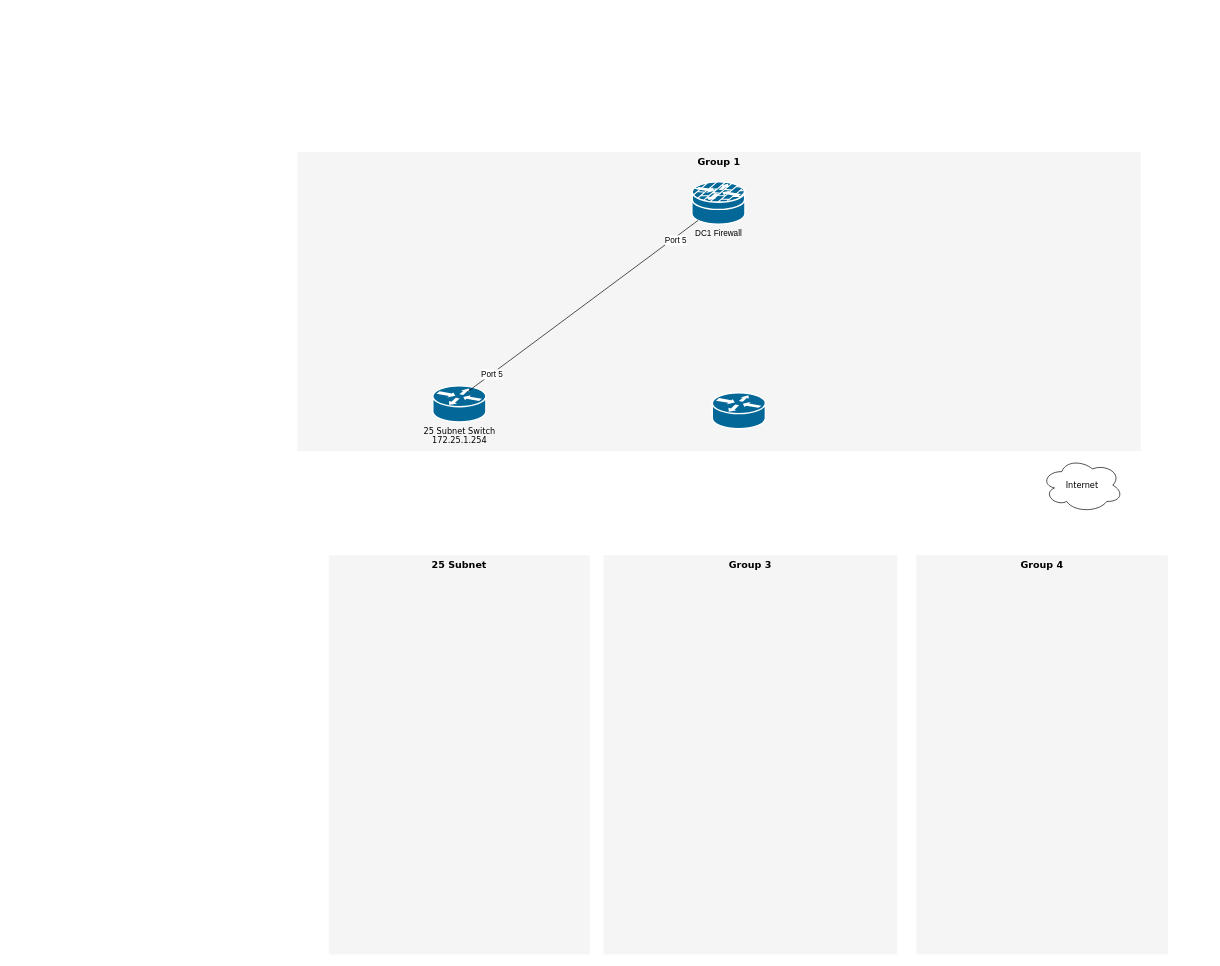
The draw.io diagram .github/DC1.drawio in nhackl/Draw.io, before the edit. Source tidied: cells renumbered, new cells numbered last; positions are measured from the earlier drawing's top-left corner, leaving out a move shared by most shapes. Both pictures are drawn from the tidied source at 68%, with x=0, y=0 at pixel (297, 152).
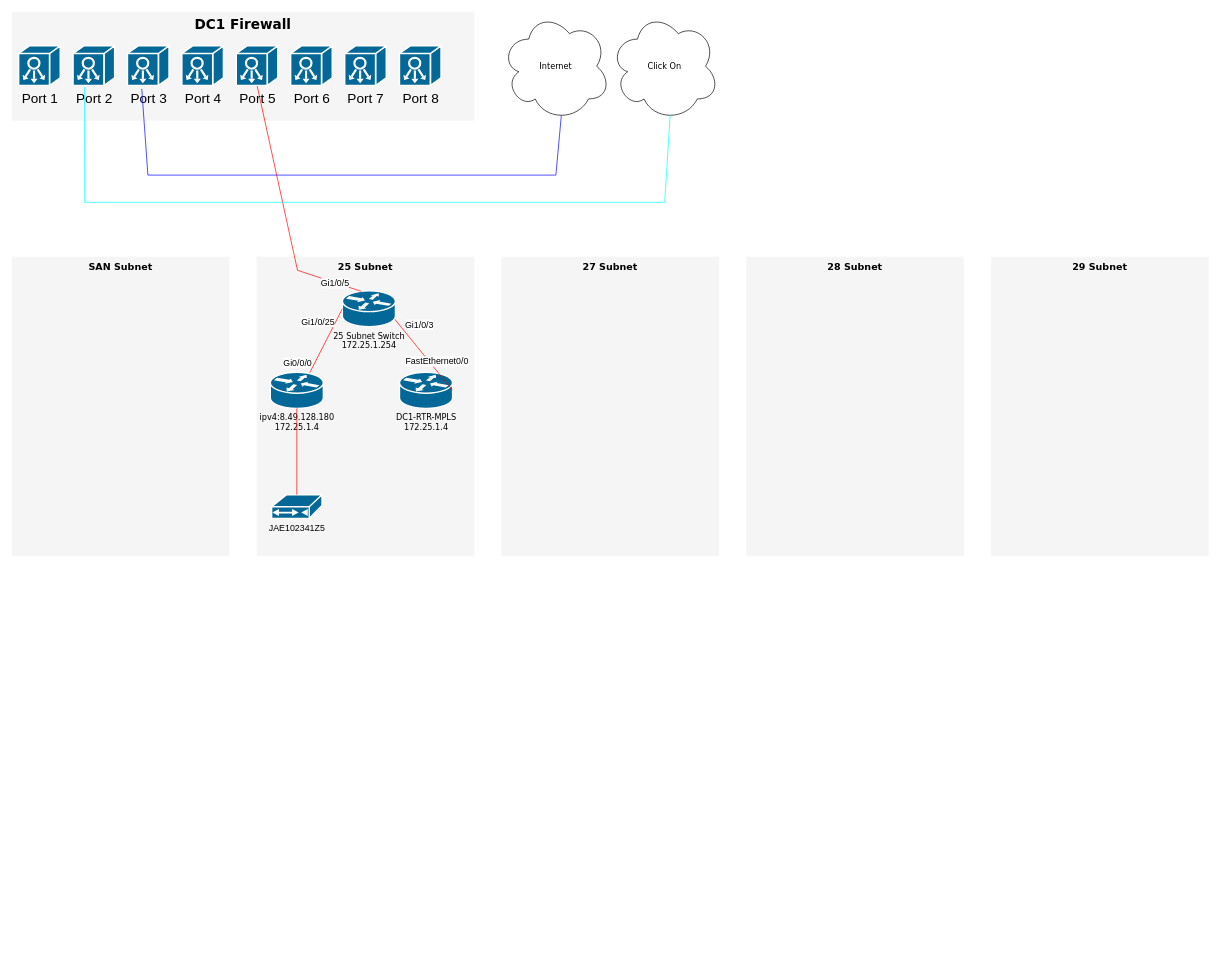
After the change.

Change to the diagram source:
```diff
@@
+    <mxCell id="13" value="SAN Subnet" style="whiteSpace=wrap;html=1;rounded=0;shadow=0;comic=0;strokeWidth=1;fontFamily=Verdana;fontSize=14;fillColor=#f5f5f5;strokeColor=none;fontStyle=1;verticalAlign=top;" parent="1" vertex="1">
+      <mxGeometry x="-420" y="154" width="320" height="440" as="geometry" />
+    </mxCell>
+    <mxCell id="5" value="25 Subnet" style="whiteSpace=wrap;html=1;rounded=0;shadow=0;comic=0;strokeWidth=1;fontFamily=Verdana;fontSize=14;fillColor=#f5f5f5;strokeColor=none;fontStyle=1;verticalAlign=top;" parent="1" vertex="1">
+      <mxGeometry x="-60" y="154" width="320" height="440" as="geometry" />
+    </mxCell>
-    <mxCell id="2" value="Group 1" style="whiteSpace=wrap;html=1;rounded=0;shadow=0;comic=0;strokeWidth=1;fontFamily=Verdana;fontSize=14;fillColor=#f5f5f5;strokeColor=none;verticalAlign=top;fontStyle=1;" parent="1" vertex="1">
-      <mxGeometry width="1240" height="440" as="geometry" />
+    <mxCell id="2" value="&lt;font style=&quot;font-size: 20px&quot;&gt;DC1 Firewall&lt;/font&gt;" style="whiteSpace=wrap;html=1;rounded=0;shadow=0;comic=0;strokeWidth=1;fontFamily=Verdana;fontSize=14;fillColor=#f5f5f5;strokeColor=none;verticalAlign=top;fontStyle=1;" parent="1" vertex="1">
+      <mxGeometry x="-420" y="-206" width="680" height="160" as="geometry" />
     </mxCell>
-    <mxCell id="3" value="Group 4" style="whiteSpace=wrap;html=1;rounded=0;shadow=0;comic=0;strokeWidth=1;fontFamily=Verdana;fontSize=14;fillColor=#f5f5f5;strokeColor=none;fontStyle=1;verticalAlign=top;" parent="1" vertex="1">
-      <mxGeometry x="910" y="593" width="370" height="587" as="geometry" />
-    </mxCell>
-    <mxCell id="4" value="Group 3" style="whiteSpace=wrap;html=1;rounded=0;shadow=0;comic=0;strokeWidth=1;fontFamily=Verdana;fontSize=14;fillColor=#f5f5f5;strokeColor=none;fontStyle=1;verticalAlign=top;" parent="1" vertex="1">
-      <mxGeometry x="450" y="593" width="432" height="587" as="geometry" />
-    </mxCell>
-    <mxCell id="5" value="25 Subnet" style="whiteSpace=wrap;html=1;rounded=0;shadow=0;comic=0;strokeWidth=1;fontFamily=Verdana;fontSize=14;fillColor=#f5f5f5;strokeColor=none;fontStyle=1;verticalAlign=top;" parent="1" vertex="1">
-      <mxGeometry x="46" y="593" width="384" height="587" as="geometry" />
-    </mxCell>
     <mxCell id="6" value="Internet" style="ellipse;shape=cloud;whiteSpace=wrap;html=1;rounded=0;shadow=0;comic=0;strokeWidth=1;fontFamily=Verdana;fontSize=12;" parent="1" vertex="1">
-      <mxGeometry x="1094" y="450" width="120" height="80" as="geometry" />
+      <mxGeometry x="300" y="-206" width="160" height="160" as="geometry" />
     </mxCell>
     <mxCell id="7" value="25 Subnet Switch&lt;br&gt;172.25.1.254" style="shape=mxgraph.cisco.routers.router;html=1;dashed=0;fillColor=#036897;strokeColor=#ffffff;strokeWidth=2;verticalLabelPosition=bottom;verticalAlign=top;rounded=0;shadow=0;comic=0;fontFamily=Verdana;fontSize=12;" parent="1" vertex="1">
-      <mxGeometry x="199" y="344" width="78" height="53" as="geometry" />
+      <mxGeometry x="66" y="204" width="78" height="53" as="geometry" />
     </mxCell>
-    <mxCell id="8" style="shape=mxgraph.cisco.routers.router;html=1;dashed=0;fillColor=#036897;strokeColor=#ffffff;strokeWidth=2;verticalLabelPosition=bottom;verticalAlign=top;rounded=0;shadow=0;comic=0;fontFamily=Verdana;fontSize=12;" parent="1" vertex="1">
-      <mxGeometry x="610" y="354" width="78" height="53" as="geometry" />
-    </mxCell>
-    <mxCell id="9" value="DC1 Firewall" style="shape=mxgraph.cisco.security.router_firewall;sketch=0;html=1;dashed=0;fillColor=#036897;strokeColor=#ffffff;strokeWidth=2;verticalLabelPosition=bottom;verticalAlign=top;align=center;outlineConnect=0;" parent="1" vertex="1">
-      <mxGeometry x="580" y="44" width="78" height="62" as="geometry" />
-    </mxCell>
-    <mxCell id="10" style="endArrow=none;html=1;rounded=0;entryX=0.12;entryY=0.91;entryDx=0;entryDy=0;entryPerimeter=0;exitX=0.648;exitY=0.17;exitDx=0;exitDy=0;exitPerimeter=0;" parent="1" edge="1" source="7" target="9">
-      <mxGeometry relative="1" as="geometry" />
+    <mxCell id="10" style="endArrow=none;html=1;rounded=0;entryX=0.5;entryY=1;entryDx=0;entryDy=0;entryPerimeter=0;exitX=0.355;exitY=0.017;exitDx=0;exitDy=0;exitPerimeter=0;fontColor=#FF0000;fillColor=#f8cecc;strokeColor=#FF0000;" parent="1" edge="1" source="7" target="12">
+      <mxGeometry relative="1" as="geometry">
+        <Array as="points">
+          <mxPoint y="174" />
+        </Array>
+      </mxGeometry>
     </mxCell>
-    <mxCell id="11" value="&lt;font style=&quot;font-size: 12px&quot;&gt;Port 5&lt;/font&gt;" style="edgeLabel;html=1;align=center;verticalAlign=middle;" parent="10" vertex="1">
+    <mxCell id="11" value="&lt;font style=&quot;font-size: 13px&quot;&gt;Gi1/0/5&lt;/font&gt;" style="edgeLabel;html=1;align=center;verticalAlign=middle;fontSize=13;" parent="10" vertex="1">
       <mxGeometry x="-0.79" relative="1" as="geometry">
-        <mxPoint x="1" as="offset" />
+        <mxPoint x="-1" as="offset" />
       </mxGeometry>
     </mxCell>
+    <mxCell id="14" value="Port 1" style="shape=mxgraph.cisco.controllers_and_modules.system_controller;sketch=0;html=1;dashed=0;fillColor=#036897;strokeColor=#ffffff;strokeWidth=2;verticalLabelPosition=bottom;verticalAlign=top;align=center;fontSize=20;" parent="1" vertex="1">
+      <mxGeometry x="-410" y="-156" width="61" height="58" as="geometry" />
+    </mxCell>
+    <mxCell id="15" value="Port 6" style="shape=mxgraph.cisco.controllers_and_modules.system_controller;sketch=0;html=1;dashed=0;fillColor=#036897;strokeColor=#ffffff;strokeWidth=2;verticalLabelPosition=bottom;verticalAlign=top;align=center;fontSize=20;" parent="1" vertex="1">
+      <mxGeometry x="-10" y="-156" width="61" height="58" as="geometry" />
+    </mxCell>
+    <mxCell id="16" value="Port 7" style="shape=mxgraph.cisco.controllers_and_modules.system_controller;sketch=0;html=1;dashed=0;fillColor=#036897;strokeColor=#ffffff;strokeWidth=2;verticalLabelPosition=bottom;verticalAlign=top;align=center;fontSize=20;" parent="1" vertex="1">
+      <mxGeometry x="69.5" y="-156" width="61" height="58" as="geometry" />
+    </mxCell>
+    <mxCell id="17" value="Port 8" style="shape=mxgraph.cisco.controllers_and_modules.system_controller;sketch=0;html=1;dashed=0;fillColor=#036897;strokeColor=#ffffff;strokeWidth=2;verticalLabelPosition=bottom;verticalAlign=top;align=center;fontSize=20;" parent="1" vertex="1">
+      <mxGeometry x="150" y="-156" width="61" height="58" as="geometry" />
+    </mxCell>
-    <mxCell id="12" value="Port 5" style="edgeLabel;html=1;align=center;verticalAlign=middle;points=[];fontSize=12;" parent="10" vertex="1">
-      <mxGeometry x="0.79" y="-3" relative="1" as="geometry" />
+    <mxCell id="12" value="Port 5" style="shape=mxgraph.cisco.controllers_and_modules.system_controller;sketch=0;html=1;dashed=0;fillColor=#036897;strokeColor=#ffffff;strokeWidth=2;verticalLabelPosition=bottom;verticalAlign=top;align=center;outlineConnect=0;fontSize=20;" parent="1" vertex="1">
+      <mxGeometry x="-90" y="-156" width="61" height="58" as="geometry" />
     </mxCell>
+    <mxCell id="18" value="Port 3" style="shape=mxgraph.cisco.controllers_and_modules.system_controller;sketch=0;html=1;dashed=0;fillColor=#036897;strokeColor=#ffffff;strokeWidth=2;verticalLabelPosition=bottom;verticalAlign=top;align=center;outlineConnect=0;fontSize=20;" parent="1" vertex="1">
+      <mxGeometry x="-250" y="-156" width="61" height="58" as="geometry" />
+    </mxCell>
+    <mxCell id="19" value="Port 4" style="shape=mxgraph.cisco.controllers_and_modules.system_controller;sketch=0;html=1;dashed=0;fillColor=#036897;strokeColor=#ffffff;strokeWidth=2;verticalLabelPosition=bottom;verticalAlign=top;align=center;fontSize=20;" parent="1" vertex="1">
+      <mxGeometry x="-170" y="-156" width="61" height="58" as="geometry" />
+    </mxCell>
+    <mxCell id="20" value="Port 2" style="shape=mxgraph.cisco.controllers_and_modules.system_controller;sketch=0;html=1;dashed=0;fillColor=#036897;strokeColor=#ffffff;strokeWidth=2;verticalLabelPosition=bottom;verticalAlign=top;align=center;outlineConnect=0;fontSize=20;" parent="1" vertex="1">
+      <mxGeometry x="-330" y="-156" width="61" height="58" as="geometry" />
+    </mxCell>
+    <mxCell id="21" style="endArrow=none;html=1;rounded=0;fontSize=20;entryX=0.344;entryY=1.091;entryDx=0;entryDy=0;entryPerimeter=0;exitX=0.55;exitY=0.95;exitDx=0;exitDy=0;exitPerimeter=0;strokeColor=#0000FF;" parent="1" edge="1" source="6" target="18">
+      <mxGeometry relative="1" as="geometry">
+        <Array as="points">
+          <mxPoint x="380" y="34" />
+          <mxPoint x="-220" y="34" />
+        </Array>
+      </mxGeometry>
+    </mxCell>
+    <mxCell id="22" value="Click On" style="ellipse;shape=cloud;whiteSpace=wrap;html=1;rounded=0;shadow=0;comic=0;strokeWidth=1;fontFamily=Verdana;fontSize=12;" parent="1" vertex="1">
+      <mxGeometry x="460" y="-206" width="160" height="160" as="geometry" />
+    </mxCell>
+    <mxCell id="23" style="endArrow=none;html=1;rounded=0;fontSize=20;exitX=0.55;exitY=0.95;exitDx=0;exitDy=0;exitPerimeter=0;entryX=0.274;entryY=1.042;entryDx=0;entryDy=0;entryPerimeter=0;strokeColor=#00FFFF;" parent="1" edge="1" source="22" target="20">
+      <mxGeometry relative="1" as="geometry">
+        <Array as="points">
+          <mxPoint x="540" y="74" />
+          <mxPoint x="-313" y="74" />
+        </Array>
+      </mxGeometry>
+    </mxCell>
+    <mxCell id="24" value="DC1-RTR-MPLS&lt;br&gt;172.25.1.4" style="shape=mxgraph.cisco.routers.router;html=1;dashed=0;fillColor=#036897;strokeColor=#ffffff;strokeWidth=2;verticalLabelPosition=bottom;verticalAlign=top;rounded=0;shadow=0;comic=0;fontFamily=Verdana;fontSize=12;" parent="1" vertex="1">
+      <mxGeometry x="150" y="324" width="78" height="53" as="geometry" />
+    </mxCell>
+    <mxCell id="25" value="ipv4:8.49.128.180&lt;br&gt;172.25.1.4" style="shape=mxgraph.cisco.routers.router;html=1;dashed=0;fillColor=#036897;strokeColor=#ffffff;strokeWidth=2;verticalLabelPosition=bottom;verticalAlign=top;rounded=0;shadow=0;comic=0;fontFamily=Verdana;fontSize=12;" parent="1" vertex="1">
+      <mxGeometry x="-40" y="324" width="78" height="53" as="geometry" />
+    </mxCell>
+    <mxCell id="26" value="JAE102341Z5" style="shape=mxgraph.cisco.modems_and_phones.cable_modem;sketch=0;html=1;dashed=0;fillColor=#036897;strokeColor=#ffffff;strokeWidth=2;verticalLabelPosition=bottom;verticalAlign=top;align=center;outlineConnect=0;fontSize=13;" parent="1" vertex="1">
+      <mxGeometry x="-38" y="504" width="74" height="35" as="geometry" />
+    </mxCell>
+    <mxCell id="27" style="endArrow=none;html=1;rounded=0;fontSize=13;exitX=1;exitY=0.5;exitDx=0;exitDy=0;exitPerimeter=0;entryX=0.989;entryY=0.794;entryDx=0;entryDy=0;entryPerimeter=0;strokeColor=#FF0000;" parent="1" edge="1" source="24" target="7">
+      <mxGeometry relative="1" as="geometry" />
+    </mxCell>
+    <mxCell id="28" value="FastEthernet0/0" style="edgeLabel;html=1;align=center;verticalAlign=middle;fontSize=13;rotation=0;" parent="27" vertex="1">
+      <mxGeometry x="-0.67" y="-2" relative="1" as="geometry">
+        <mxPoint x="-11" y="-25" as="offset" />
+      </mxGeometry>
+    </mxCell>
+    <mxCell id="29" value="Gi1/0/3" style="edgeLabel;html=1;align=center;verticalAlign=middle;fontSize=13;" parent="27" vertex="1">
+      <mxGeometry x="0.54" y="-1" relative="1" as="geometry">
+        <mxPoint x="15" y="-16" as="offset" />
+      </mxGeometry>
+    </mxCell>
+    <mxCell id="30" style="endArrow=none;html=1;rounded=0;fontSize=13;exitX=0.745;exitY=0.008;exitDx=0;exitDy=0;exitPerimeter=0;entryX=0;entryY=0.5;entryDx=0;entryDy=0;entryPerimeter=0;strokeColor=#FF0000;" parent="1" edge="1" source="25" target="7">
+      <mxGeometry relative="1" as="geometry" />
+    </mxCell>
+    <mxCell id="31" value="Gi1/0/25" style="edgeLabel;html=1;align=center;verticalAlign=middle;fontSize=13;" parent="30" vertex="1">
+      <mxGeometry x="0.61" y="-2" relative="1" as="geometry">
+        <mxPoint x="-29" as="offset" />
+      </mxGeometry>
+    </mxCell>
+    <mxCell id="32" value="Gi0/0/0" style="edgeLabel;html=1;align=center;verticalAlign=middle;fontSize=13;" parent="30" vertex="1">
+      <mxGeometry x="-0.83" y="-4" relative="1" as="geometry">
+        <mxPoint x="-26" y="-9" as="offset" />
+      </mxGeometry>
+    </mxCell>
+    <mxCell id="33" style="endArrow=none;html=1;rounded=0;fontSize=13;exitX=0.5;exitY=0;exitDx=0;exitDy=0;exitPerimeter=0;entryX=0.5;entryY=1;entryDx=0;entryDy=0;entryPerimeter=0;strokeColor=#FF0000;" parent="1" edge="1" source="26" target="25">
+      <mxGeometry relative="1" as="geometry" />
+    </mxCell>
+    <mxCell id="34" value="27 Subnet" style="whiteSpace=wrap;html=1;rounded=0;shadow=0;comic=0;strokeWidth=1;fontFamily=Verdana;fontSize=14;fillColor=#f5f5f5;strokeColor=none;fontStyle=1;verticalAlign=top;" parent="1" vertex="1">
+      <mxGeometry x="300" y="154" width="320" height="440" as="geometry" />
+    </mxCell>
+    <mxCell id="35" value="28 Subnet" style="whiteSpace=wrap;html=1;rounded=0;shadow=0;comic=0;strokeWidth=1;fontFamily=Verdana;fontSize=14;fillColor=#f5f5f5;strokeColor=none;fontStyle=1;verticalAlign=top;" parent="1" vertex="1">
+      <mxGeometry x="660" y="154" width="320" height="440" as="geometry" />
+    </mxCell>
+    <mxCell id="36" value="29 Subnet" style="whiteSpace=wrap;html=1;rounded=0;shadow=0;comic=0;strokeWidth=1;fontFamily=Verdana;fontSize=14;fillColor=#f5f5f5;strokeColor=none;fontStyle=1;verticalAlign=top;" parent="1" vertex="1">
+      <mxGeometry x="1020" y="154" width="320" height="440" as="geometry" />
+    </mxCell>
```
